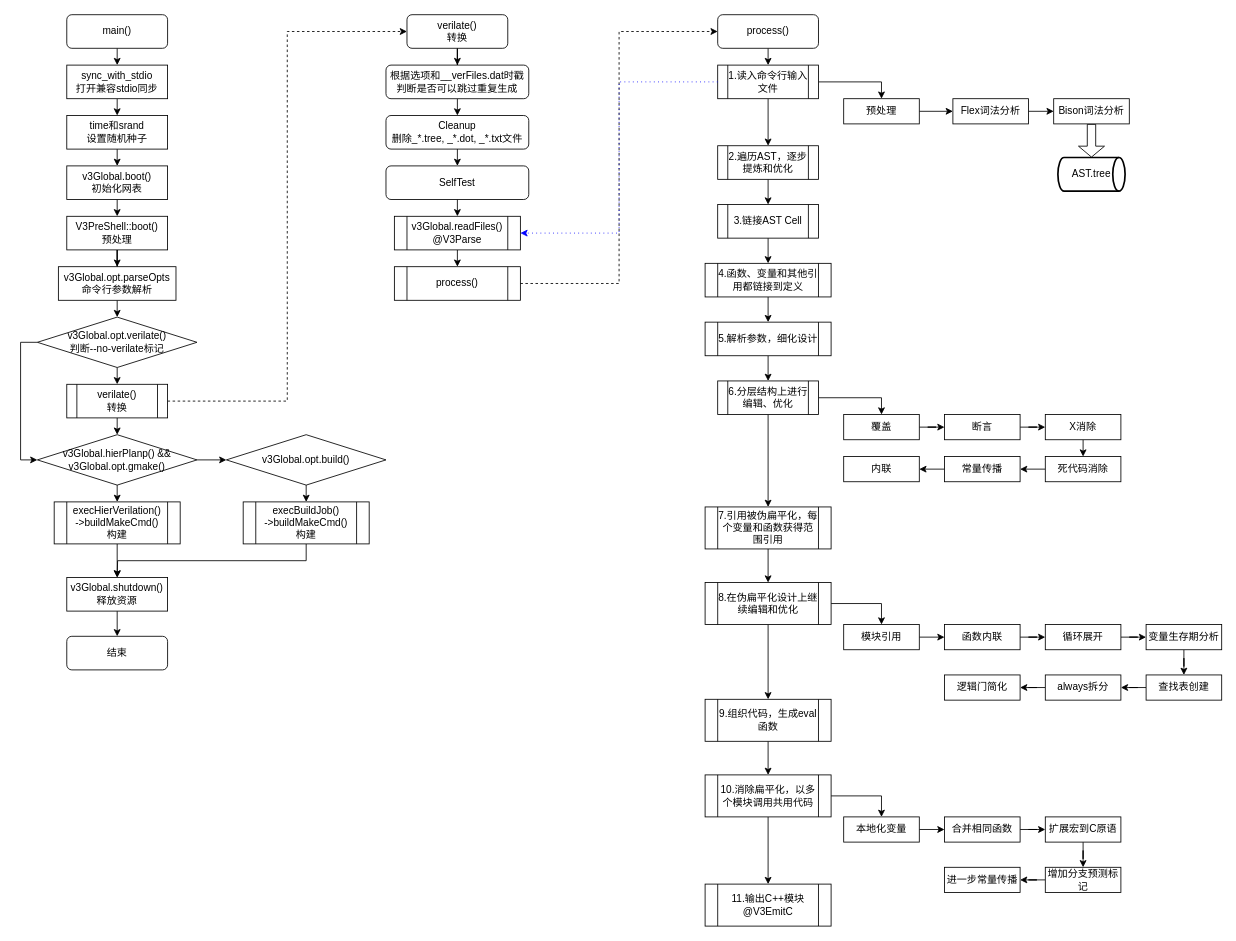
Before: verilator_digrams/main().drawio in Dercury/CLDK, a draw.io diagram. Source tidied: cells renumbered, new cells numbered last; positions are measured from the earlier drawing's top-left corner, leaving out a move shared by most shapes. Both pictures are drawn from the tidied source at 84%, with x=0, y=0 at pixel (37, 14).
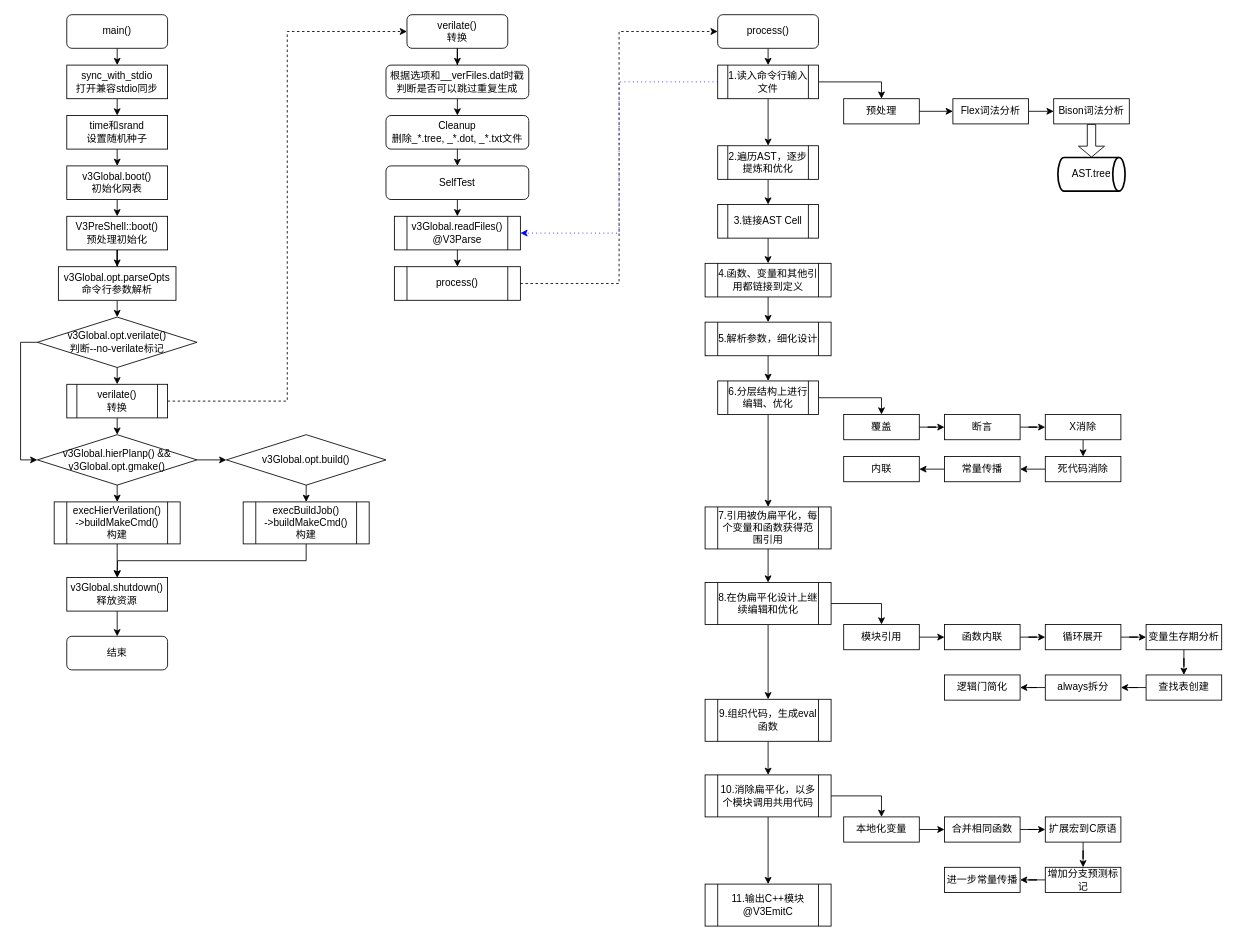
After the change.

Diff of the diagram source:
```diff
@@
-    <mxCell id="11" value="V3PreShell::boot()&lt;br&gt;预处理" style="rounded=0;whiteSpace=wrap;html=1;" parent="1" vertex="1">
+    <mxCell id="11" value="V3PreShell::boot()&lt;br&gt;预处理初始化" style="rounded=0;whiteSpace=wrap;html=1;" parent="1" vertex="1">
       <mxGeometry x="35" y="240" width="120" height="40" as="geometry" />
     </mxCell>
```
